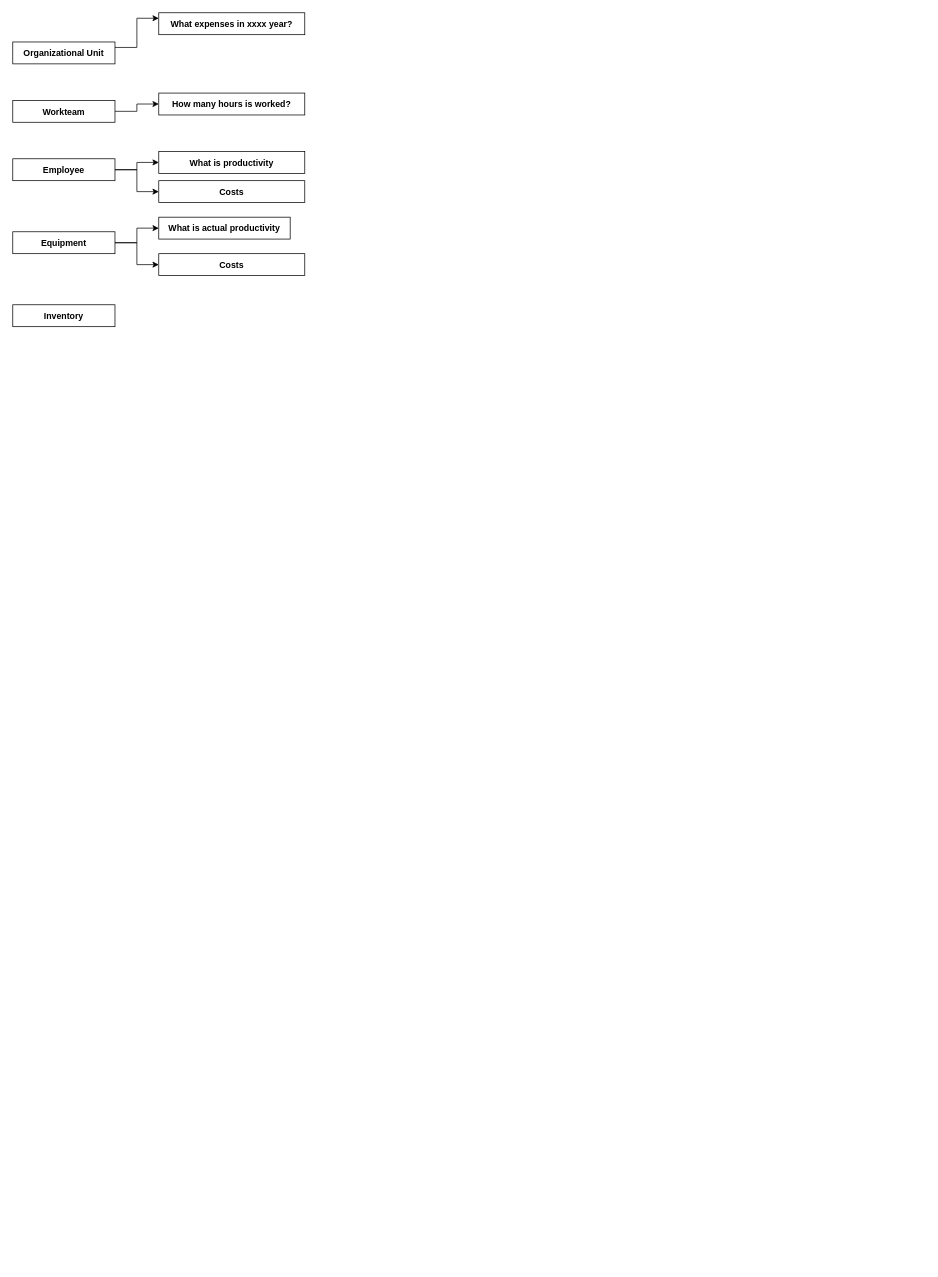
This is Warehouse/DataWarehouse.drawio from tvolodi-ab/ASCOA, a draw.io file, before an edit. Source tidied: cells renumbered, new cells numbered last; positions are measured from the earlier drawing's top-left corner, leaving out a move shared by most shapes. Both pictures are drawn from the tidied source at 73%, with x=0, y=0 at pixel (12, 12).
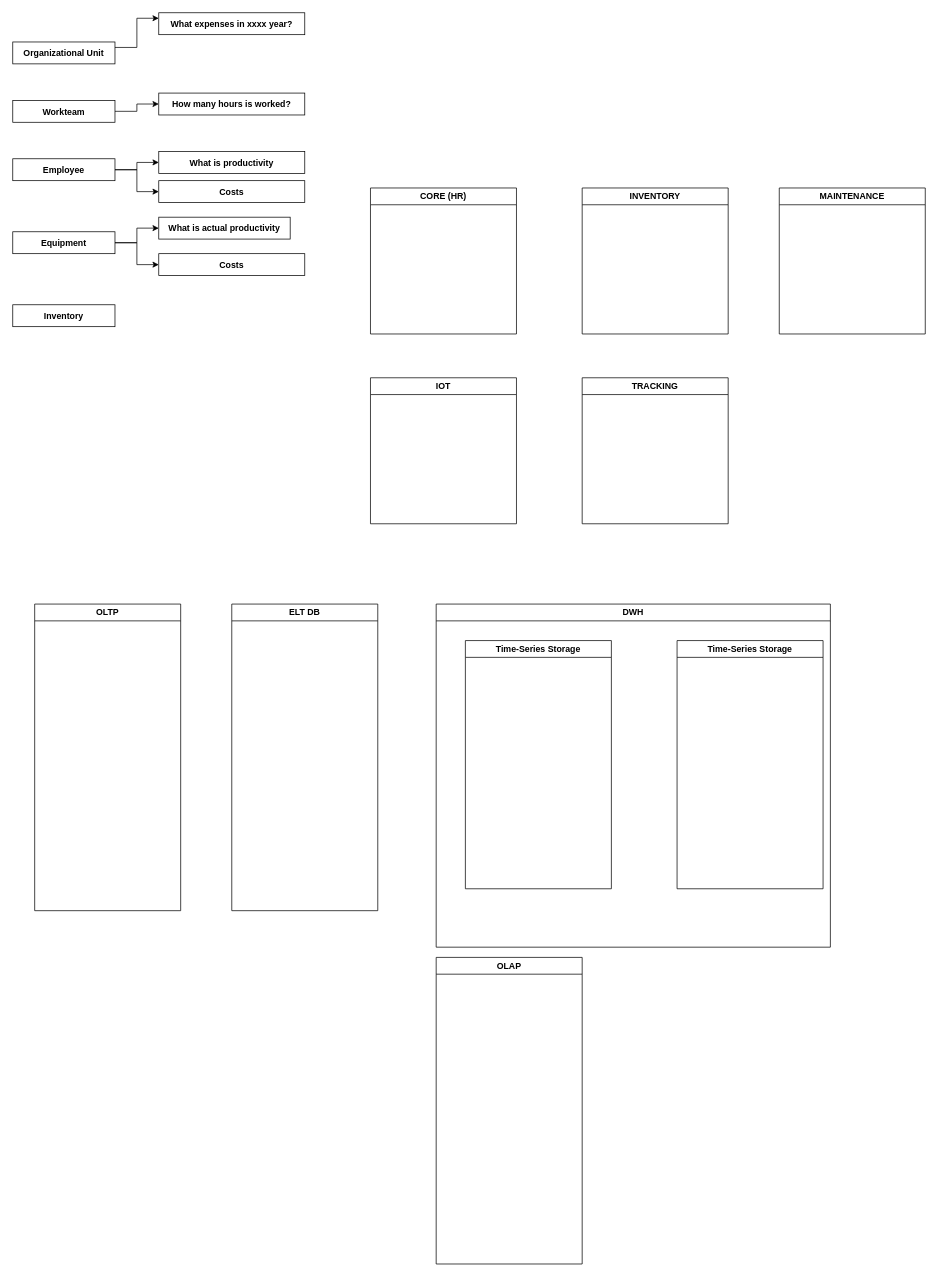
The same page after the edit.

Commit message:
Signed-off-by: Титенко Владимир <titenko.v@halyksk.kz>

What changed in the source:
```diff
@@
+    <mxCell id="19" value="IOT" style="swimlane;whiteSpace=wrap;html=1;" parent="1" vertex="1">
+      <mxGeometry x="490" y="500" width="200" height="200" as="geometry" />
+    </mxCell>
+    <mxCell id="20" value="CORE (HR)" style="swimlane;whiteSpace=wrap;html=1;" parent="1" vertex="1">
+      <mxGeometry x="490" y="240" width="200" height="200" as="geometry" />
+    </mxCell>
+    <mxCell id="21" value="INVENTORY" style="swimlane;whiteSpace=wrap;html=1;" parent="1" vertex="1">
+      <mxGeometry x="780" y="240" width="200" height="200" as="geometry" />
+    </mxCell>
+    <mxCell id="22" value="MAINTENANCE" style="swimlane;whiteSpace=wrap;html=1;" parent="1" vertex="1">
+      <mxGeometry x="1050" y="240" width="200" height="200" as="geometry" />
+    </mxCell>
+    <mxCell id="23" value="TRACKING" style="swimlane;whiteSpace=wrap;html=1;" parent="1" vertex="1">
+      <mxGeometry x="780" y="500" width="200" height="200" as="geometry" />
+    </mxCell>
+    <mxCell id="24" value="OLTP" style="swimlane;whiteSpace=wrap;html=1;" parent="1" vertex="1">
+      <mxGeometry x="30" y="810" width="200" height="420" as="geometry" />
+    </mxCell>
+    <mxCell id="25" value="ELT DB" style="swimlane;whiteSpace=wrap;html=1;" parent="1" vertex="1">
+      <mxGeometry x="300" y="810" width="200" height="420" as="geometry" />
+    </mxCell>
+    <mxCell id="26" value="DWH" style="swimlane;whiteSpace=wrap;html=1;" parent="1" vertex="1">
+      <mxGeometry x="580" y="810" width="540" height="470" as="geometry" />
+    </mxCell>
+    <mxCell id="27" value="Time-Series Storage" style="swimlane;whiteSpace=wrap;html=1;" parent="26" vertex="1">
+      <mxGeometry x="330" y="50" width="200" height="340" as="geometry" />
+    </mxCell>
+    <mxCell id="28" value="Time-Series Storage" style="swimlane;whiteSpace=wrap;html=1;" parent="26" vertex="1">
+      <mxGeometry x="40" y="50" width="200" height="340" as="geometry" />
+    </mxCell>
+    <mxCell id="29" value="OLAP" style="swimlane;whiteSpace=wrap;html=1;" parent="1" vertex="1">
+      <mxGeometry x="580" y="1294" width="200" height="420" as="geometry" />
+    </mxCell>
```
